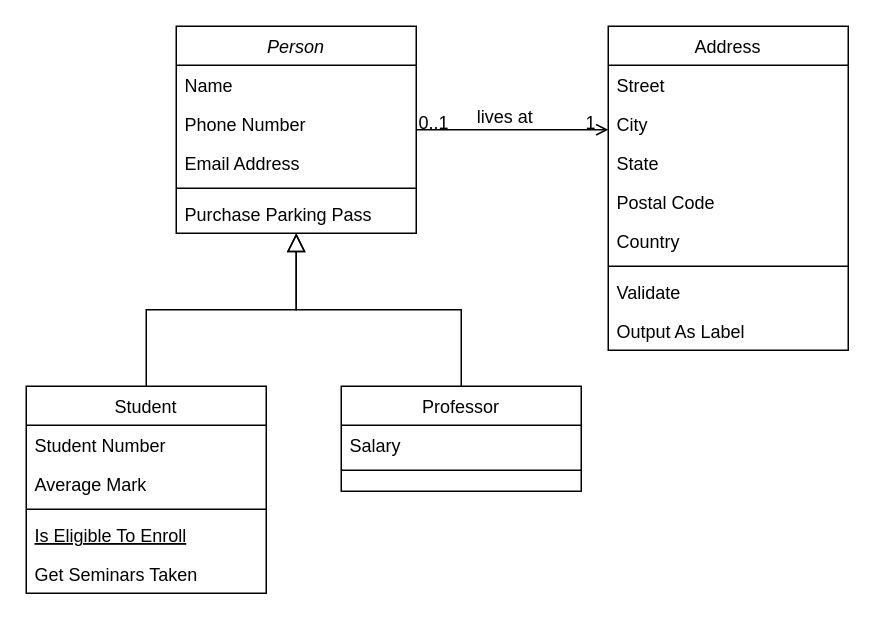
Before: Library.drawio in Awepandarr/Library, a draw.io diagram. Source tidied: cells renumbered, new cells numbered last; positions are measured from the earlier drawing's top-left corner, leaving out a move shared by most shapes. Both pictures are drawn from the tidied source at 150%, with x=0, y=0 at pixel (26, 26).
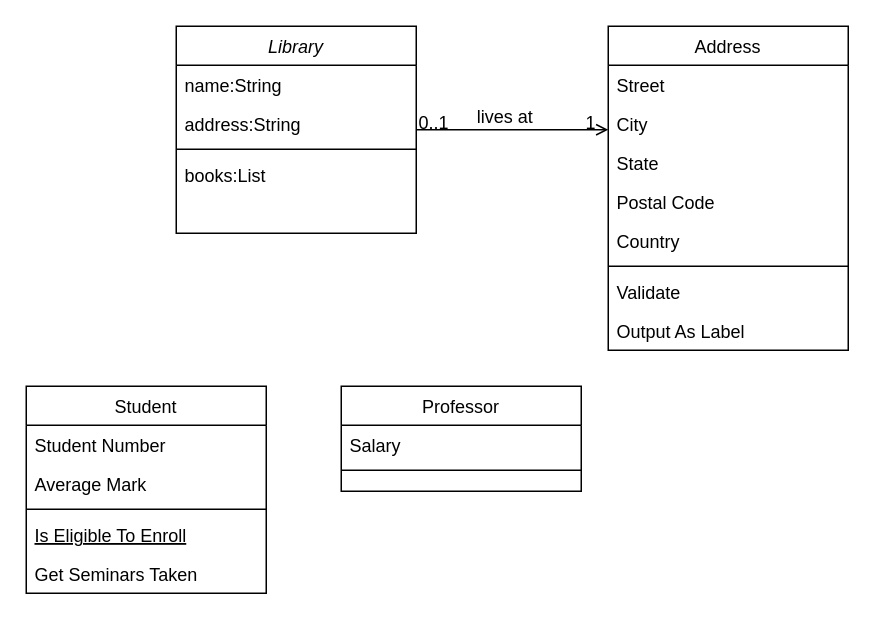
Above is the later version.

Unchanged cells that the change refers to:
```xml
<mxCell id="8" value="Student" style="swimlane;fontStyle=0;align=center;verticalAlign=top;horizontal=1;startSize=26;rounded=0;shadow=0;strokeWidth=1;" parent="1" vertex="1">
  <mxGeometry y="240" width="160" height="138" as="geometry" />
</mxCell>
<mxCell id="15" value="Professor" style="swimlane;fontStyle=0;align=center;verticalAlign=top;horizontal=1;startSize=26;rounded=0;shadow=0;strokeWidth=1;" parent="1" vertex="1">
  <mxGeometry x="210" y="240" width="160" height="70" as="geometry" />
</mxCell>
```

What changed in the source:
```diff
@@
-    <mxCell id="2" value="Person" style="swimlane;fontStyle=2;align=center;verticalAlign=top;horizontal=1;startSize=26;rounded=0;shadow=0;strokeWidth=1;" parent="1" vertex="1">
+    <mxCell id="2" value="Library" style="swimlane;fontStyle=2;align=center;verticalAlign=top;horizontal=1;startSize=26;rounded=0;shadow=0;strokeWidth=1;" parent="1" vertex="1">
       <mxGeometry x="100" width="160" height="138" as="geometry" />
     </mxCell>
-    <mxCell id="3" value="Name" style="text;align=left;verticalAlign=top;spacingLeft=4;spacingRight=4;overflow=hidden;" parent="2" vertex="1">
+    <mxCell id="3" value="name:String" style="text;align=left;verticalAlign=top;spacingLeft=4;spacingRight=4;overflow=hidden;" parent="2" vertex="1">
       <mxGeometry y="26" width="160" height="26" as="geometry" />
     </mxCell>
-    <mxCell id="4" value="Phone Number" style="text;align=left;verticalAlign=top;spacingLeft=4;spacingRight=4;overflow=hidden;rounded=0;shadow=0;html=0;" parent="2" vertex="1">
-      <mxGeometry y="52" width="160" height="26" as="geometry" />
-    </mxCell>
-    <mxCell id="5" value="Email Address" style="text;align=left;verticalAlign=top;spacingLeft=4;spacingRight=4;overflow=hidden;rounded=0;shadow=0;html=0;" parent="2" vertex="1">
-      <mxGeometry y="78" width="160" height="26" as="geometry" />
+    <mxCell id="5" value="address:String" style="text;align=left;verticalAlign=top;spacingLeft=4;spacingRight=4;overflow=hidden;rounded=0;shadow=0;html=0;" parent="2" vertex="1">
+      <mxGeometry y="52" width="160" height="26" as="geometry" />
     </mxCell>
     <mxCell id="6" style="line;html=1;strokeWidth=1;align=left;verticalAlign=middle;spacingTop=-1;spacingLeft=3;spacingRight=3;labelPosition=right;" parent="2" vertex="1">
-      <mxGeometry y="104" width="160" height="8" as="geometry" />
+      <mxGeometry y="78" width="160" height="8" as="geometry" />
     </mxCell>
-    <mxCell id="7" value="Purchase Parking Pass" style="text;align=left;verticalAlign=top;spacingLeft=4;spacingRight=4;overflow=hidden;" parent="2" vertex="1">
-      <mxGeometry y="112" width="160" height="26" as="geometry" />
+    <mxCell id="7" value="books:List" style="text;align=left;verticalAlign=top;spacingLeft=4;spacingRight=4;overflow=hidden;" parent="2" vertex="1">
+      <mxGeometry y="86" width="160" height="26" as="geometry" />
     </mxCell>
@@
-    <mxCell id="14" style="endArrow=block;endSize=10;endFill=0;shadow=0;strokeWidth=1;rounded=0;curved=0;edgeStyle=elbowEdgeStyle;elbow=vertical;" parent="1" edge="1" source="8" target="2">
-      <mxGeometry relative="1" as="geometry" />
-    </mxCell>
@@
-    <mxCell id="18" style="endArrow=block;endSize=10;endFill=0;shadow=0;strokeWidth=1;rounded=0;curved=0;edgeStyle=elbowEdgeStyle;elbow=vertical;" parent="1" edge="1" source="15" target="2">
-      <mxGeometry relative="1" as="geometry" />
-    </mxCell>
```
